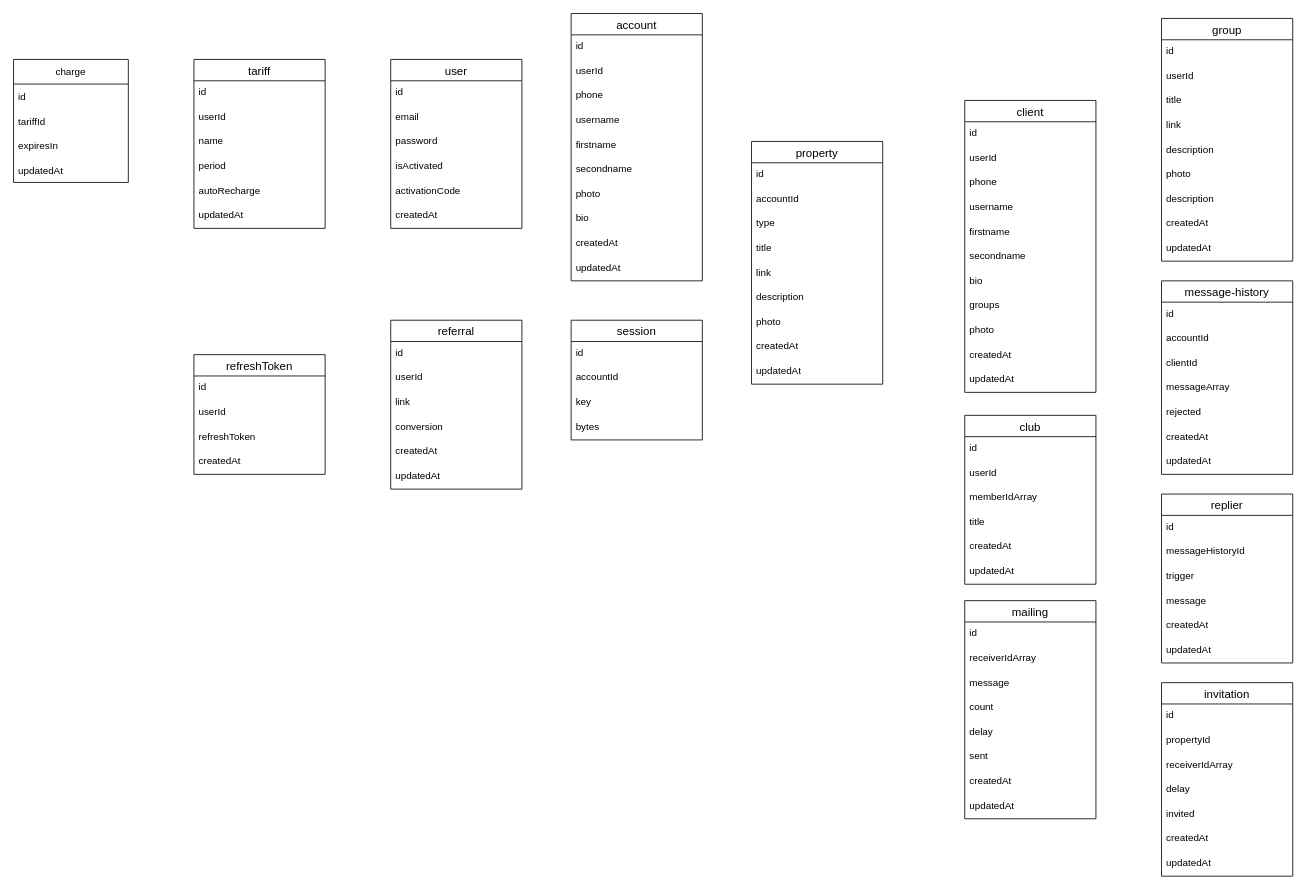
Nick-Fed-Al-dev/telepanel keeps this draw.io diagram as schema.drawio. Above is the earlier version. Source tidied: cells renumbered, new cells numbered last; positions are measured from the earlier drawing's top-left corner, leaving out a move shared by most shapes. Both pictures are drawn from the tidied source at 82%, with x=0, y=0 at pixel (13, 13).
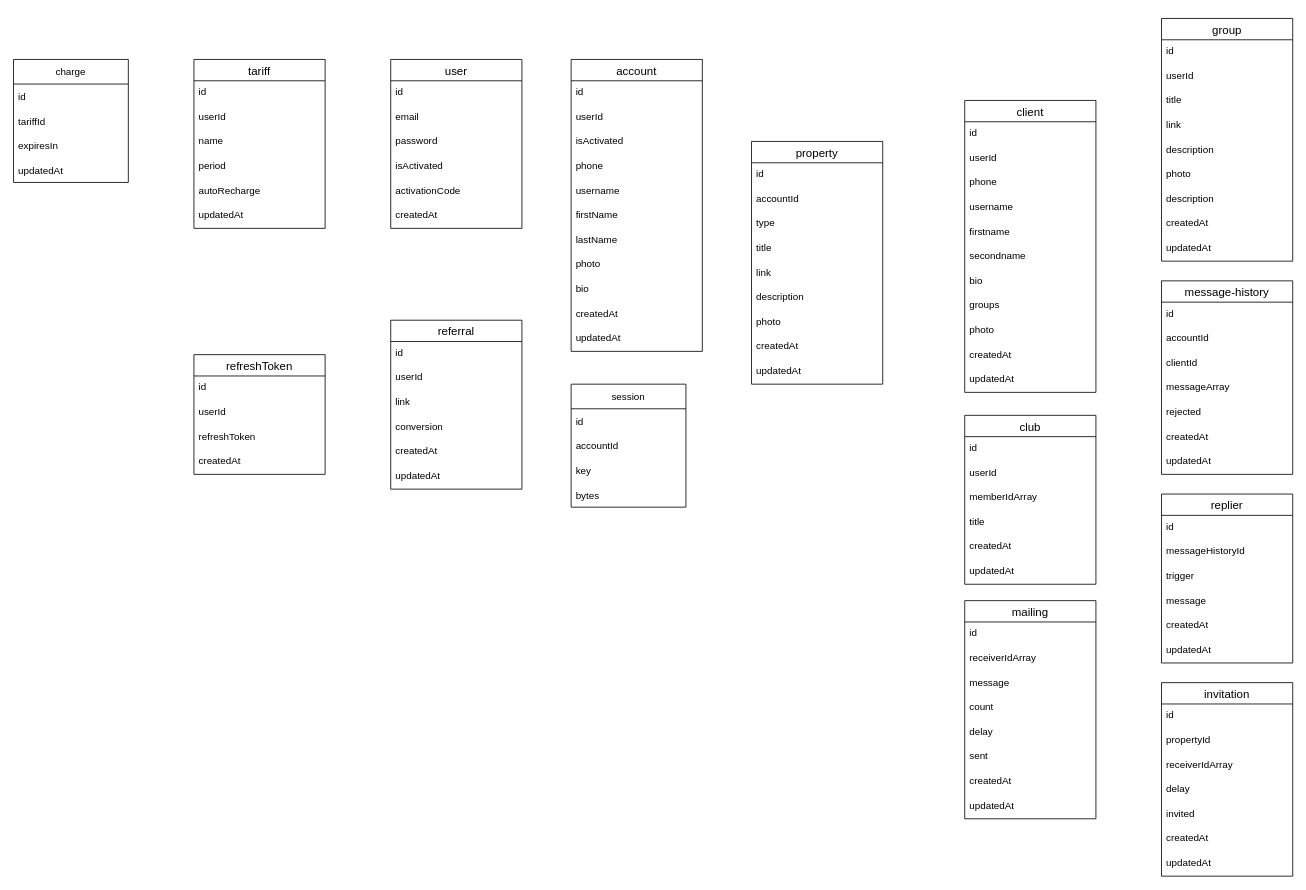
Above is the later version.

What changed in the source:
```diff
@@
-    <mxCell id="38" value="session" style="swimlane;fontStyle=0;horizontal=1;startSize=26;align=center;fontSize=14;" parent="1" vertex="1">
-      <mxGeometry x="680" y="374" width="160" height="146" as="geometry" />
-    </mxCell>
-    <mxCell id="39" value="id" style="text;strokeColor=none;fillColor=none;spacingLeft=4;spacingRight=4;overflow=hidden;fontSize=12;" parent="38" vertex="1">
-      <mxGeometry y="26" width="160" height="30" as="geometry" />
-    </mxCell>
-    <mxCell id="40" value="accountId" style="text;strokeColor=none;fillColor=none;spacingLeft=4;spacingRight=4;overflow=hidden;fontSize=12;" parent="38" vertex="1">
-      <mxGeometry y="56" width="160" height="30" as="geometry" />
-    </mxCell>
-    <mxCell id="41" value="key" style="text;strokeColor=none;fillColor=none;spacingLeft=4;spacingRight=4;overflow=hidden;fontSize=12;" parent="38" vertex="1">
-      <mxGeometry y="86" width="160" height="30" as="geometry" />
-    </mxCell>
-    <mxCell id="42" value="bytes" style="text;strokeColor=none;fillColor=none;spacingLeft=4;spacingRight=4;overflow=hidden;fontSize=12;" parent="38" vertex="1">
-      <mxGeometry y="116" width="160" height="30" as="geometry" />
-    </mxCell>
     <mxCell id="43" value="account" style="swimlane;fontStyle=0;horizontal=1;startSize=26;align=center;fontSize=14;" parent="1" vertex="1">
-      <mxGeometry x="680" width="160" height="326" as="geometry" />
+      <mxGeometry x="680" y="56" width="160" height="356" as="geometry" />
     </mxCell>
@@
+    <mxCell id="120" value="isActivated" style="text;strokeColor=none;fillColor=none;spacingLeft=4;spacingRight=4;overflow=hidden;fontSize=12;" parent="43" vertex="1">
+      <mxGeometry y="86" width="160" height="30" as="geometry" />
+    </mxCell>
     <mxCell id="46" value="phone" style="text;strokeColor=none;fillColor=none;spacingLeft=4;spacingRight=4;overflow=hidden;fontSize=12;" parent="43" vertex="1">
-      <mxGeometry y="86" width="160" height="30" as="geometry" />
+      <mxGeometry y="116" width="160" height="30" as="geometry" />
     </mxCell>
     <mxCell id="47" value="username" style="text;strokeColor=none;fillColor=none;spacingLeft=4;spacingRight=4;overflow=hidden;fontSize=12;" parent="43" vertex="1">
-      <mxGeometry y="116" width="160" height="30" as="geometry" />
+      <mxGeometry y="146" width="160" height="30" as="geometry" />
     </mxCell>
-    <mxCell id="48" value="firstname" style="text;strokeColor=none;fillColor=none;spacingLeft=4;spacingRight=4;overflow=hidden;fontSize=12;" parent="43" vertex="1">
-      <mxGeometry y="146" width="160" height="30" as="geometry" />
+    <mxCell id="48" value="firstName" style="text;strokeColor=none;fillColor=none;spacingLeft=4;spacingRight=4;overflow=hidden;fontSize=12;" parent="43" vertex="1">
+      <mxGeometry y="176" width="160" height="30" as="geometry" />
     </mxCell>
-    <mxCell id="49" value="secondname" style="text;strokeColor=none;fillColor=none;spacingLeft=4;spacingRight=4;overflow=hidden;fontSize=12;" parent="43" vertex="1">
-      <mxGeometry y="176" width="160" height="30" as="geometry" />
+    <mxCell id="49" value="lastName" style="text;strokeColor=none;fillColor=none;spacingLeft=4;spacingRight=4;overflow=hidden;fontSize=12;" parent="43" vertex="1">
+      <mxGeometry y="206" width="160" height="30" as="geometry" />
     </mxCell>
     <mxCell id="50" value="photo" style="text;strokeColor=none;fillColor=none;spacingLeft=4;spacingRight=4;overflow=hidden;fontSize=12;" parent="43" vertex="1">
-      <mxGeometry y="206" width="160" height="30" as="geometry" />
+      <mxGeometry y="236" width="160" height="30" as="geometry" />
     </mxCell>
     <mxCell id="51" value="bio" style="text;strokeColor=none;fillColor=none;spacingLeft=4;spacingRight=4;overflow=hidden;fontSize=12;" parent="43" vertex="1">
-      <mxGeometry y="236" width="160" height="30" as="geometry" />
+      <mxGeometry y="266" width="160" height="30" as="geometry" />
     </mxCell>
     <mxCell id="52" value="createdAt" style="text;strokeColor=none;fillColor=none;spacingLeft=4;spacingRight=4;overflow=hidden;fontSize=12;" parent="43" vertex="1">
-      <mxGeometry y="266" width="160" height="30" as="geometry" />
+      <mxGeometry y="296" width="160" height="30" as="geometry" />
     </mxCell>
     <mxCell id="53" value="updatedAt" style="text;strokeColor=none;fillColor=none;spacingLeft=4;spacingRight=4;overflow=hidden;fontSize=12;" parent="43" vertex="1">
-      <mxGeometry y="296" width="160" height="30" as="geometry" />
+      <mxGeometry y="326" width="160" height="30" as="geometry" />
     </mxCell>
@@
+    <mxCell id="38" value="session" style="swimlane;fontStyle=0;horizontal=1;startSize=30;" parent="1" vertex="1">
+      <mxGeometry x="680" y="452" width="140" height="150" as="geometry" />
+    </mxCell>
+    <mxCell id="39" value="id" style="text;strokeColor=none;fillColor=none;align=left;verticalAlign=middle;spacingLeft=4;spacingRight=4;overflow=hidden;" parent="38" vertex="1">
+      <mxGeometry y="30" width="140" height="30" as="geometry" />
+    </mxCell>
+    <mxCell id="40" value="accountId" style="text;strokeColor=none;fillColor=none;align=left;verticalAlign=middle;spacingLeft=4;spacingRight=4;overflow=hidden;" parent="38" vertex="1">
+      <mxGeometry y="60" width="140" height="30" as="geometry" />
+    </mxCell>
+    <mxCell id="41" value="key" style="text;strokeColor=none;fillColor=none;align=left;verticalAlign=middle;spacingLeft=4;spacingRight=4;overflow=hidden;" parent="38" vertex="1">
+      <mxGeometry y="90" width="140" height="30" as="geometry" />
+    </mxCell>
+    <mxCell id="42" value="bytes" style="text;strokeColor=none;fillColor=none;align=left;verticalAlign=middle;spacingLeft=4;spacingRight=4;overflow=hidden;" parent="38" vertex="1">
+      <mxGeometry y="120" width="140" height="30" as="geometry" />
+    </mxCell>
```
